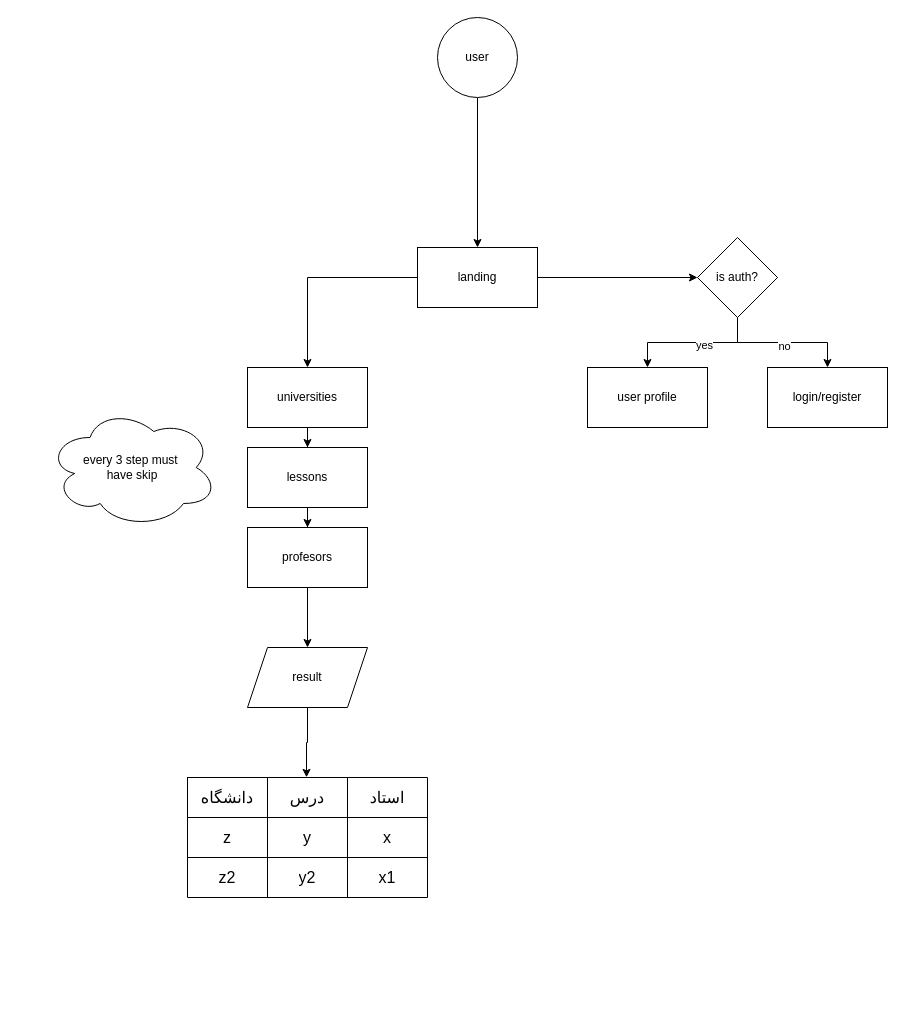
Before: ostadbun-userFlow.drawio in ostadbun/docs, a draw.io diagram. Source tidied: cells renumbered, new cells numbered last; positions are measured from the earlier drawing's top-left corner, leaving out a move shared by most shapes. Both pictures are drawn from the tidied source at 100%, with x=0, y=0 at pixel (47, 17).
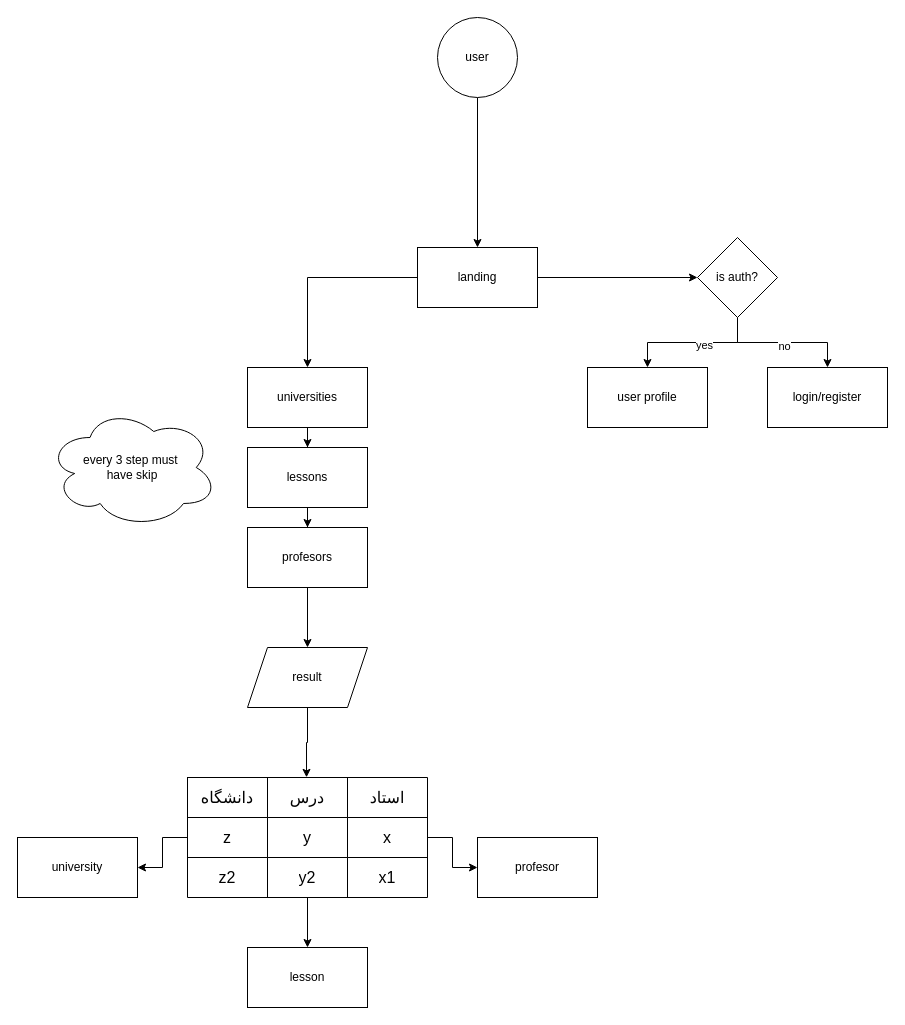
Above is the later version.

The change refers to these unchanged cells:
```xml
<mxCell id="22" style="shape=table;startSize=0;childLayout=tableLayout;fontSize=16;" parent="1" vertex="1">
  <mxGeometry x="140" y="760" width="240" height="120" as="geometry" />
</mxCell>
<mxCell id="27" style="shape=tableRow;horizontal=0;startSize=0;swimlaneHead=0;swimlaneBody=0;strokeColor=inherit;top=0;left=0;bottom=0;right=0;fillColor=none;points=[[0,0.5],[1,0.5]];portConstraint=eastwest;fontSize=16;" parent="22" vertex="1">
  <mxGeometry y="40" width="240" height="40" as="geometry" />
</mxCell>
```

The edit, as a diff of the source:
```diff
@@
+    <mxCell id="36" style="edgeStyle=orthogonalEdgeStyle;rounded=0;jettySize=auto;html=1;" parent="1" edge="1" source="22" target="38">
+      <mxGeometry relative="1" as="geometry" />
+    </mxCell>
@@
+    <mxCell id="37" value="university" style="whiteSpace=wrap;html=1;" parent="1" vertex="1">
+      <mxGeometry x="-30" y="820" width="120" height="60" as="geometry" />
+    </mxCell>
+    <mxCell id="38" value="lesson" style="whiteSpace=wrap;html=1;" parent="1" vertex="1">
+      <mxGeometry x="200" y="930" width="120" height="60" as="geometry" />
+    </mxCell>
+    <mxCell id="39" value="profesor" style="whiteSpace=wrap;html=1;" parent="1" vertex="1">
+      <mxGeometry x="430" y="820" width="120" height="60" as="geometry" />
+    </mxCell>
+    <mxCell id="40" style="edgeStyle=orthogonalEdgeStyle;rounded=0;jettySize=auto;html=1;" parent="1" edge="1" source="27" target="39">
+      <mxGeometry relative="1" as="geometry" />
+    </mxCell>
+    <mxCell id="41" style="edgeStyle=orthogonalEdgeStyle;rounded=0;jettySize=auto;html=1;" parent="1" edge="1" source="27" target="37">
+      <mxGeometry relative="1" as="geometry" />
+    </mxCell>
```
